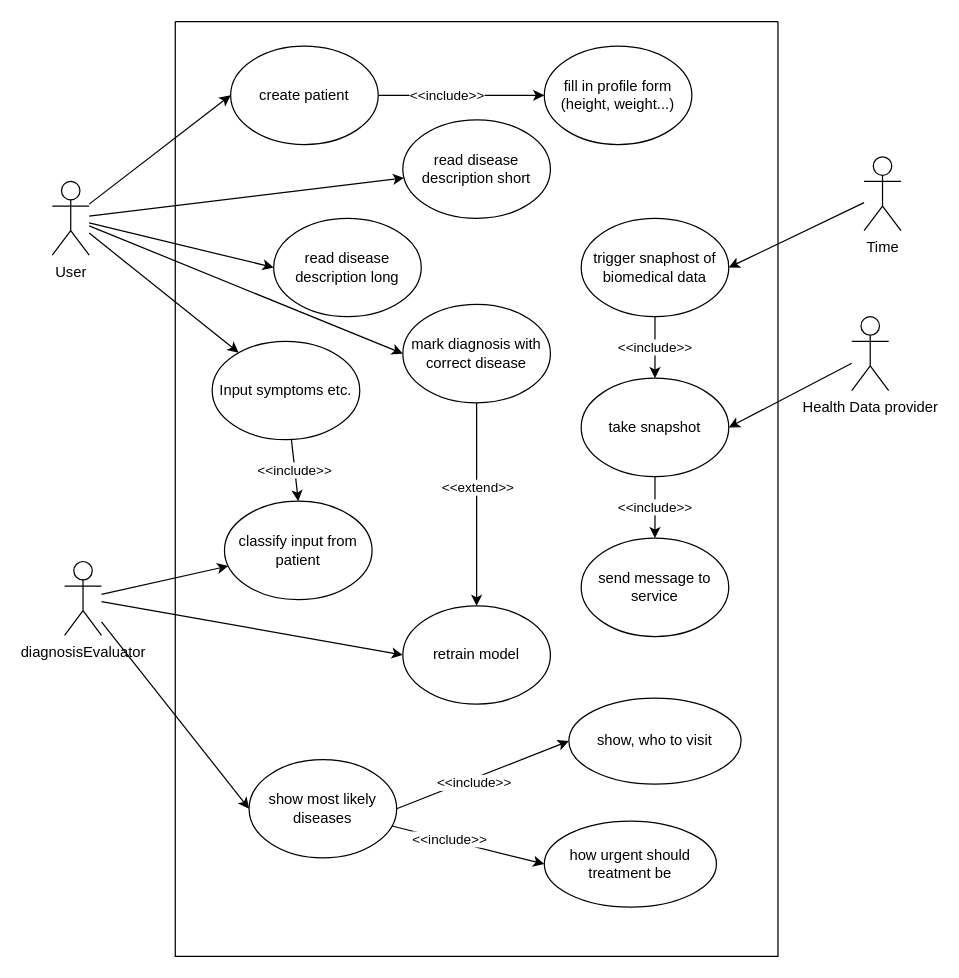
This is diagrams/UseCaseDiagram.drawio from hollepat/VirtualDoctor_, a draw.io file, before an edit. Source tidied: cells renumbered, new cells numbered last; positions are measured from the earlier drawing's top-left corner, leaving out a move shared by most shapes. Both pictures are drawn from the tidied source at 123%, with x=0, y=0 at pixel (52, 21).
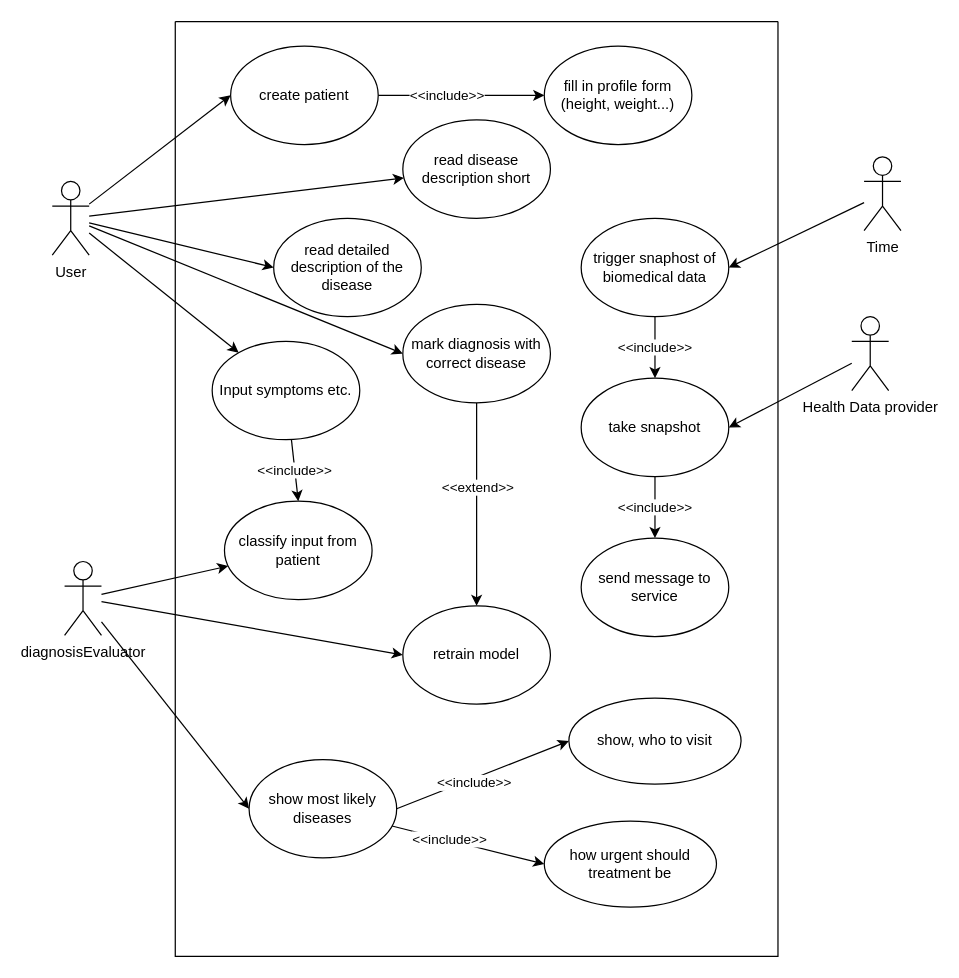
The same diagram, later.

Commit message (it also covers changes not shown here):
update use case diagram

Unchanged cells that the change refers to:
```xml
<mxCell id="12" style="swimlane;startSize=0;" parent="1" vertex="1">
  <mxGeometry x="100" width="490" height="760" as="geometry" />
</mxCell>
```

Change to the diagram source:
```diff
@@
-    <mxCell id="33" value="read disease description long" style="ellipse;whiteSpace=wrap;html=1;" parent="12" vertex="1">
+    <mxCell id="33" value="read detailed description of the disease" style="ellipse;whiteSpace=wrap;html=1;" parent="12" vertex="1">
       <mxGeometry x="80" y="160" width="120" height="80" as="geometry" />
     </mxCell>
```
